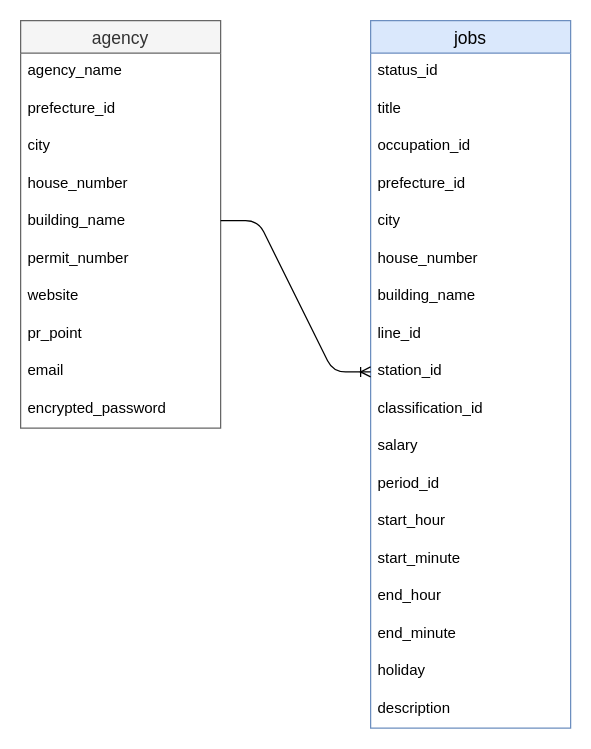
eiyahigaki/amatsu keeps this draw.io diagram as page "ER図" (1 of 2) of er.dio. Above is the earlier version. Source tidied: cells renumbered, new cells numbered last; positions are measured from the earlier drawing's top-left corner, leaving out a move shared by most shapes. Both pictures are drawn from the tidied source at 125%, with x=0, y=0 at pixel (20, 20).
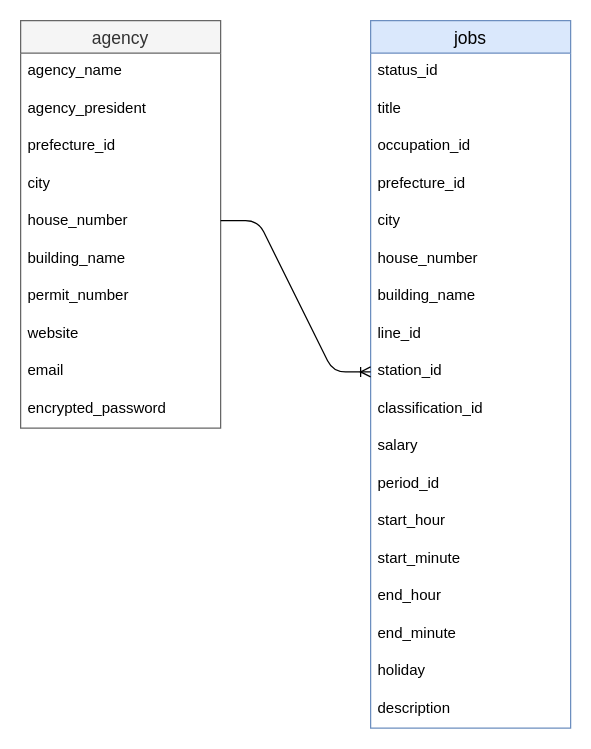
After the change.

The change refers to these unchanged cells:
```xml
<mxCell id="21" value="agency" style="swimlane;fontStyle=0;horizontal=1;startSize=26;align=center;fontSize=14;fillColor=#f5f5f5;fontColor=#333333;strokeColor=#666666;" parent="1" vertex="1">
  <mxGeometry width="160" height="326" as="geometry" />
</mxCell>
```

What changed in the source:
```diff
@@
+    <mxCell id="29" value="agency_president" style="text;strokeColor=none;fillColor=none;spacingLeft=4;spacingRight=4;overflow=hidden;fontSize=12;" parent="21" vertex="1">
+      <mxGeometry y="56" width="160" height="30" as="geometry" />
+    </mxCell>
     <mxCell id="23" value="prefecture_id" style="text;strokeColor=none;fillColor=none;spacingLeft=4;spacingRight=4;overflow=hidden;fontSize=12;" parent="21" vertex="1">
-      <mxGeometry y="56" width="160" height="30" as="geometry" />
+      <mxGeometry y="86" width="160" height="30" as="geometry" />
     </mxCell>
     <mxCell id="24" value="city" style="text;strokeColor=none;fillColor=none;spacingLeft=4;spacingRight=4;overflow=hidden;fontSize=12;" parent="21" vertex="1">
-      <mxGeometry y="86" width="160" height="30" as="geometry" />
+      <mxGeometry y="116" width="160" height="30" as="geometry" />
     </mxCell>
     <mxCell id="25" value="house_number" style="text;strokeColor=none;fillColor=none;spacingLeft=4;spacingRight=4;overflow=hidden;fontSize=12;" parent="21" vertex="1">
-      <mxGeometry y="116" width="160" height="30" as="geometry" />
+      <mxGeometry y="146" width="160" height="30" as="geometry" />
     </mxCell>
     <mxCell id="26" value="building_name" style="text;strokeColor=none;fillColor=none;spacingLeft=4;spacingRight=4;overflow=hidden;fontSize=12;" parent="21" vertex="1">
-      <mxGeometry y="146" width="160" height="30" as="geometry" />
+      <mxGeometry y="176" width="160" height="30" as="geometry" />
     </mxCell>
     <mxCell id="27" value="permit_number" style="text;strokeColor=none;fillColor=none;spacingLeft=4;spacingRight=4;overflow=hidden;fontSize=12;" parent="21" vertex="1">
-      <mxGeometry y="176" width="160" height="30" as="geometry" />
+      <mxGeometry y="206" width="160" height="30" as="geometry" />
     </mxCell>
     <mxCell id="28" value="website" style="text;strokeColor=none;fillColor=none;spacingLeft=4;spacingRight=4;overflow=hidden;fontSize=12;" parent="21" vertex="1">
-      <mxGeometry y="206" width="160" height="30" as="geometry" />
+      <mxGeometry y="236" width="160" height="30" as="geometry" />
     </mxCell>
-    <mxCell id="29" value="pr_point" style="text;strokeColor=none;fillColor=none;spacingLeft=4;spacingRight=4;overflow=hidden;fontSize=12;" parent="21" vertex="1">
-      <mxGeometry y="236" width="160" height="30" as="geometry" />
-    </mxCell>
```
